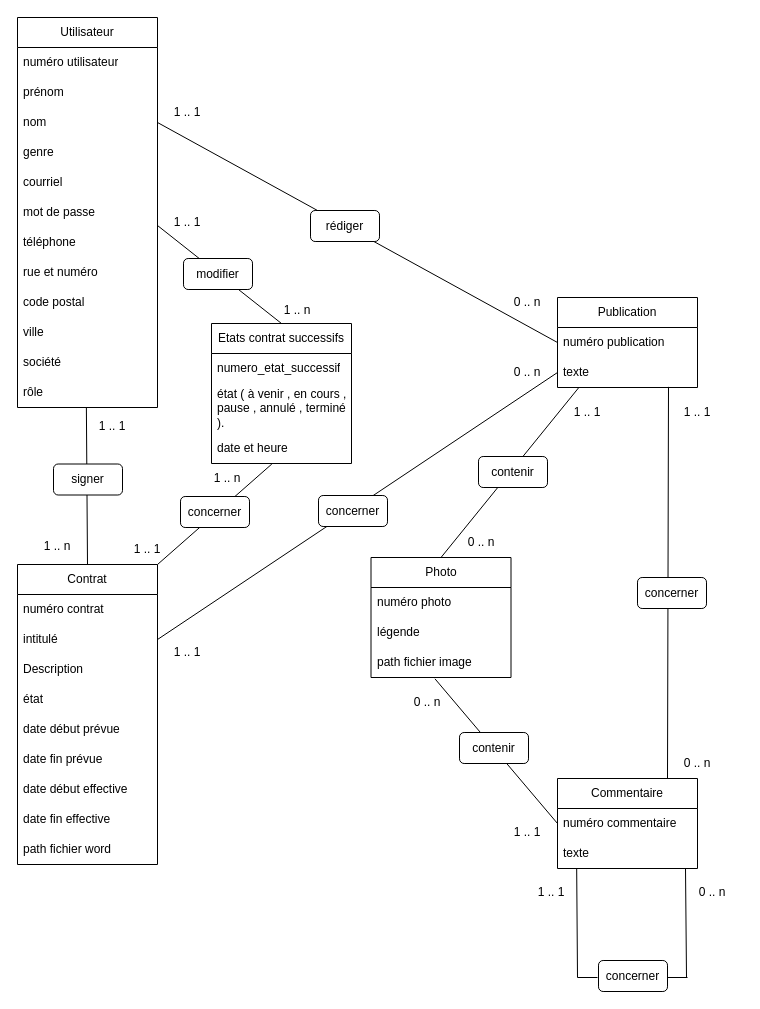
Above: MCD.drawio in Georges-github/Stage_chez_CLO (draw.io), before the change. Source tidied: cells renumbered, new cells numbered last; positions are measured from the earlier drawing's top-left corner, leaving out a move shared by most shapes. Both pictures are drawn from the tidied source at 100%, with x=0, y=0 at pixel (17, 17).
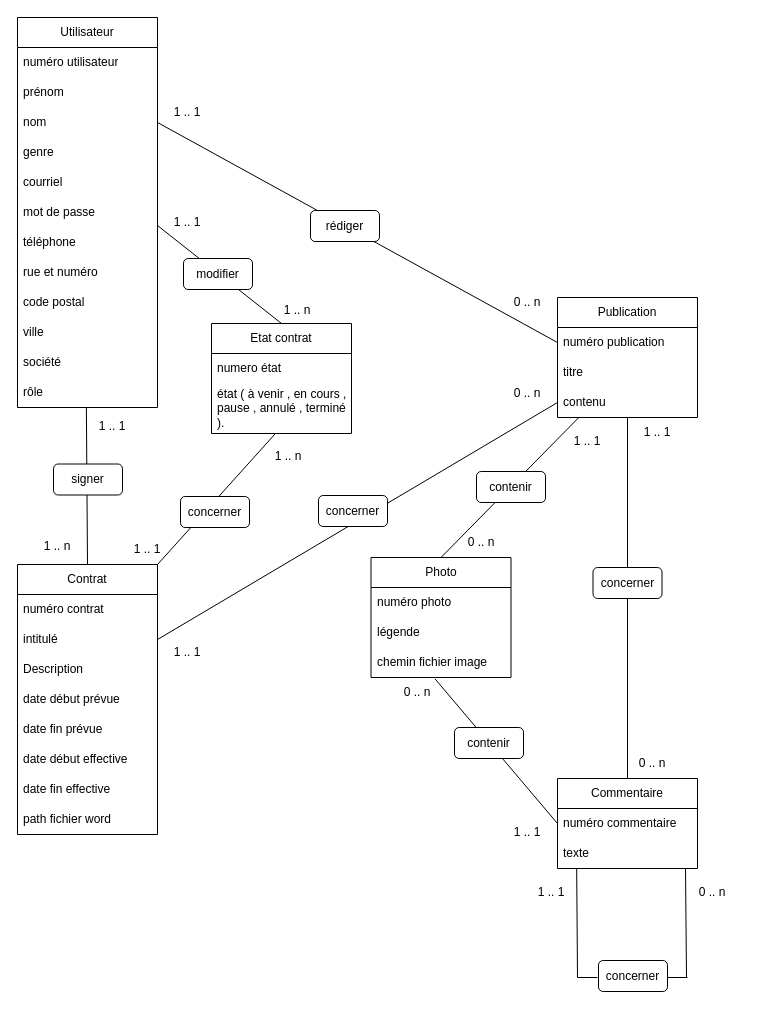
Above is the later version.

Unchanged cells that the change refers to:
```xml
<mxCell id="28" value="Commentaire" style="swimlane;fontStyle=0;horizontal=1;startSize=30;whiteSpace=wrap;html=1;" parent="1" vertex="1">
  <mxGeometry x="540" y="761" width="140" height="90" as="geometry" />
</mxCell>
<mxCell id="31" value="Photo" style="swimlane;fontStyle=0;horizontal=1;startSize=30;whiteSpace=wrap;html=1;" parent="1" vertex="1">
  <mxGeometry x="353.5" y="540" width="140" height="120" as="geometry" />
</mxCell>
<mxCell id="68" value="état ( à venir , en cours , pause , annulé , terminé ).&amp;nbsp;" style="text;strokeColor=none;fillColor=none;align=left;verticalAlign=middle;spacingLeft=4;spacingRight=4;overflow=hidden;points=[[0,0.5],[1,0.5]];portConstraint=eastwest;whiteSpace=wrap;html=1;" parent="66" vertex="1">
  <mxGeometry y="60" width="140" height="50" as="geometry" />
</mxCell>
```

What changed in the source:
```diff
@@
     <mxCell id="15" value="Contrat" style="swimlane;fontStyle=0;horizontal=1;startSize=30;whiteSpace=wrap;html=1;" parent="1" vertex="1">
-      <mxGeometry y="547" width="140" height="300" as="geometry" />
+      <mxGeometry y="547" width="140" height="270" as="geometry" />
     </mxCell>
@@
-    <mxCell id="19" value="état" style="text;strokeColor=none;fillColor=none;align=left;verticalAlign=middle;spacingLeft=4;spacingRight=4;overflow=hidden;whiteSpace=wrap;html=1;" parent="15" vertex="1">
-      <mxGeometry y="120" width="140" height="30" as="geometry" />
-    </mxCell>
     <mxCell id="20" value="date début prévue" style="text;strokeColor=none;fillColor=none;align=left;verticalAlign=middle;spacingLeft=4;spacingRight=4;overflow=hidden;whiteSpace=wrap;html=1;" parent="15" vertex="1">
-      <mxGeometry y="150" width="140" height="30" as="geometry" />
+      <mxGeometry y="120" width="140" height="30" as="geometry" />
     </mxCell>
     <mxCell id="21" value="date fin prévue" style="text;strokeColor=none;fillColor=none;align=left;verticalAlign=middle;spacingLeft=4;spacingRight=4;overflow=hidden;whiteSpace=wrap;html=1;" parent="15" vertex="1">
-      <mxGeometry y="180" width="140" height="30" as="geometry" />
+      <mxGeometry y="150" width="140" height="30" as="geometry" />
     </mxCell>
     <mxCell id="22" value="date début effective" style="text;strokeColor=none;fillColor=none;align=left;verticalAlign=middle;spacingLeft=4;spacingRight=4;overflow=hidden;whiteSpace=wrap;html=1;" parent="15" vertex="1">
-      <mxGeometry y="210" width="140" height="30" as="geometry" />
+      <mxGeometry y="180" width="140" height="30" as="geometry" />
     </mxCell>
     <mxCell id="23" value="date fin effective" style="text;strokeColor=none;fillColor=none;align=left;verticalAlign=middle;spacingLeft=4;spacingRight=4;overflow=hidden;whiteSpace=wrap;html=1;" parent="15" vertex="1">
-      <mxGeometry y="240" width="140" height="30" as="geometry" />
+      <mxGeometry y="210" width="140" height="30" as="geometry" />
     </mxCell>
     <mxCell id="24" value="path fichier word" style="text;strokeColor=none;fillColor=none;align=left;verticalAlign=middle;spacingLeft=4;spacingRight=4;overflow=hidden;whiteSpace=wrap;html=1;" parent="15" vertex="1">
-      <mxGeometry y="270" width="140" height="30" as="geometry" />
+      <mxGeometry y="240" width="140" height="30" as="geometry" />
     </mxCell>
     <mxCell id="25" value="Publication" style="swimlane;fontStyle=0;horizontal=1;startSize=30;whiteSpace=wrap;html=1;" parent="1" vertex="1">
-      <mxGeometry x="540" y="280" width="140" height="90" as="geometry" />
+      <mxGeometry x="540" y="280" width="140" height="120" as="geometry" />
     </mxCell>
@@
+    <mxCell id="78" value="titre" style="text;strokeColor=none;fillColor=none;align=left;verticalAlign=middle;spacingLeft=4;spacingRight=4;overflow=hidden;whiteSpace=wrap;html=1;" parent="25" vertex="1">
+      <mxGeometry y="60" width="140" height="30" as="geometry" />
+    </mxCell>
-    <mxCell id="27" value="texte" style="text;strokeColor=none;fillColor=none;align=left;verticalAlign=middle;spacingLeft=4;spacingRight=4;overflow=hidden;points=[[0,0.5],[1,0.5]];portConstraint=eastwest;whiteSpace=wrap;html=1;" parent="25" vertex="1">
-      <mxGeometry y="60" width="140" height="30" as="geometry" />
+    <mxCell id="27" value="contenu" style="text;strokeColor=none;fillColor=none;align=left;verticalAlign=middle;spacingLeft=4;spacingRight=4;overflow=hidden;points=[[0,0.5],[1,0.5]];portConstraint=eastwest;whiteSpace=wrap;html=1;" parent="25" vertex="1">
+      <mxGeometry y="90" width="140" height="30" as="geometry" />
     </mxCell>
@@
-    <mxCell id="34" value="path fichier image" style="text;strokeColor=none;fillColor=none;align=left;verticalAlign=middle;spacingLeft=4;spacingRight=4;overflow=hidden;points=[[0,0.5],[1,0.5]];portConstraint=eastwest;whiteSpace=wrap;html=1;" parent="31" vertex="1">
+    <mxCell id="34" value="chemin fichier image" style="text;strokeColor=none;fillColor=none;align=left;verticalAlign=middle;spacingLeft=4;spacingRight=4;overflow=hidden;points=[[0,0.5],[1,0.5]];portConstraint=eastwest;whiteSpace=wrap;html=1;" parent="31" vertex="1">
       <mxGeometry y="90" width="140" height="30" as="geometry" />
     </mxCell>
@@
     <mxCell id="42" value="contenir" style="rounded=1;whiteSpace=wrap;html=1;" parent="1" vertex="1">
-      <mxGeometry x="461" y="439" width="69" height="31" as="geometry" />
+      <mxGeometry x="459" y="454" width="69" height="31" as="geometry" />
     </mxCell>
@@
     <mxCell id="44" value="1 .. 1" style="text;html=1;align=center;verticalAlign=middle;whiteSpace=wrap;rounded=0;" parent="1" vertex="1">
-      <mxGeometry x="540" y="380" width="60" height="30" as="geometry" />
+      <mxGeometry x="540" y="409" width="60" height="30" as="geometry" />
     </mxCell>
-    <mxCell id="45" style="endArrow=none;html=1;entryX=0.507;entryY=0.981;entryDx=0;entryDy=0;entryPerimeter=0;exitX=0.5;exitY=0;exitDx=0;exitDy=0;" parent="1" edge="1">
-      <mxGeometry relative="1" as="geometry">
-        <mxPoint x="650" y="761" as="sourcePoint" />
-        <mxPoint x="651" y="369.4" as="targetPoint" />
-      </mxGeometry>
-    </mxCell>
-    <mxCell id="46" value="1 .. 1" style="text;html=1;align=center;verticalAlign=middle;whiteSpace=wrap;rounded=0;" parent="1" vertex="1">
-      <mxGeometry x="650" y="380" width="60" height="30" as="geometry" />
-    </mxCell>
     <mxCell id="47" value="0 .. n" style="text;html=1;align=center;verticalAlign=middle;whiteSpace=wrap;rounded=0;" parent="1" vertex="1">
-      <mxGeometry x="650" y="731" width="60" height="30" as="geometry" />
+      <mxGeometry x="605" y="731" width="60" height="30" as="geometry" />
     </mxCell>
@@
     <mxCell id="49" value="0 .. n" style="text;html=1;align=center;verticalAlign=middle;whiteSpace=wrap;rounded=0;" parent="1" vertex="1">
-      <mxGeometry x="380" y="670" width="60" height="30" as="geometry" />
+      <mxGeometry x="370" y="660" width="60" height="30" as="geometry" />
     </mxCell>
@@
-    <mxCell id="60" value="concerner" style="rounded=1;whiteSpace=wrap;html=1;" parent="1" vertex="1">
-      <mxGeometry x="620" y="560" width="69" height="31" as="geometry" />
-    </mxCell>
     <mxCell id="61" value="contenir" style="rounded=1;whiteSpace=wrap;html=1;" parent="1" vertex="1">
-      <mxGeometry x="442" y="715" width="69" height="31" as="geometry" />
+      <mxGeometry x="437" y="710" width="69" height="31" as="geometry" />
     </mxCell>
@@
     <mxCell id="63" value="0 .. n" style="text;html=1;align=center;verticalAlign=middle;whiteSpace=wrap;rounded=0;" parent="1" vertex="1">
-      <mxGeometry x="480" y="340" width="60" height="30" as="geometry" />
+      <mxGeometry x="480" y="361" width="60" height="30" as="geometry" />
     </mxCell>
@@
-    <mxCell id="66" value="Etats contrat successifs" style="swimlane;fontStyle=0;horizontal=1;startSize=30;whiteSpace=wrap;html=1;" parent="1" vertex="1">
-      <mxGeometry x="194" y="306" width="140" height="140" as="geometry" />
+    <mxCell id="66" value="Etat contrat" style="swimlane;fontStyle=0;horizontal=1;startSize=30;whiteSpace=wrap;html=1;" parent="1" vertex="1">
+      <mxGeometry x="194" y="306" width="140" height="110" as="geometry" />
     </mxCell>
-    <mxCell id="67" value="numero_etat_successif" style="text;strokeColor=none;fillColor=none;align=left;verticalAlign=middle;spacingLeft=4;spacingRight=4;overflow=hidden;whiteSpace=wrap;html=1;" parent="66" vertex="1">
+    <mxCell id="67" value="numero é&lt;span style=&quot;background-color: transparent;&quot;&gt;tat&lt;/span&gt;" style="text;strokeColor=none;fillColor=none;align=left;verticalAlign=middle;spacingLeft=4;spacingRight=4;overflow=hidden;whiteSpace=wrap;html=1;" parent="66" vertex="1">
       <mxGeometry y="30" width="140" height="30" as="geometry" />
     </mxCell>
@@
-    <mxCell id="69" value="date et heure" style="text;strokeColor=none;fillColor=none;align=left;verticalAlign=middle;spacingLeft=4;spacingRight=4;overflow=hidden;points=[[0,0.5],[1,0.5]];portConstraint=eastwest;whiteSpace=wrap;html=1;" parent="66" vertex="1">
-      <mxGeometry y="110" width="140" height="30" as="geometry" />
-    </mxCell>
-    <mxCell id="70" style="edgeStyle=none;html=1;exitX=1;exitY=0;exitDx=0;exitDy=0;entryX=0.431;entryY=1.018;entryDx=0;entryDy=0;entryPerimeter=0;endArrow=none;endFill=0;" parent="1" edge="1" source="15" target="69">
+    <mxCell id="70" style="edgeStyle=none;html=1;exitX=1;exitY=0;exitDx=0;exitDy=0;entryX=0.457;entryY=1;entryDx=0;entryDy=0;entryPerimeter=0;endArrow=none;endFill=0;" parent="1" edge="1" source="15" target="68">
       <mxGeometry relative="1" as="geometry" />
     </mxCell>
@@
     <mxCell id="73" value="1 .. n" style="text;html=1;align=center;verticalAlign=middle;whiteSpace=wrap;rounded=0;" parent="1" vertex="1">
-      <mxGeometry x="180" y="446" width="60" height="30" as="geometry" />
+      <mxGeometry x="241" y="424" width="60" height="30" as="geometry" />
     </mxCell>
@@
+    <mxCell id="79" style="edgeStyle=none;html=1;endArrow=none;endFill=0;" parent="1" edge="1" source="60">
+      <mxGeometry relative="1" as="geometry">
+        <mxPoint x="610" y="400" as="targetPoint" />
+      </mxGeometry>
+    </mxCell>
+    <mxCell id="46" value="1 .. 1" style="text;html=1;align=center;verticalAlign=middle;whiteSpace=wrap;rounded=0;" parent="1" vertex="1">
+      <mxGeometry x="610" y="400" width="60" height="30" as="geometry" />
+    </mxCell>
+    <mxCell id="80" style="edgeStyle=none;html=1;endArrow=none;endFill=0;" parent="1" edge="1" source="28" target="60">
+      <mxGeometry relative="1" as="geometry" />
+    </mxCell>
+    <mxCell id="60" value="concerner" style="rounded=1;whiteSpace=wrap;html=1;" parent="1" vertex="1">
+      <mxGeometry x="575.5" y="550" width="69" height="31" as="geometry" />
+    </mxCell>
```
